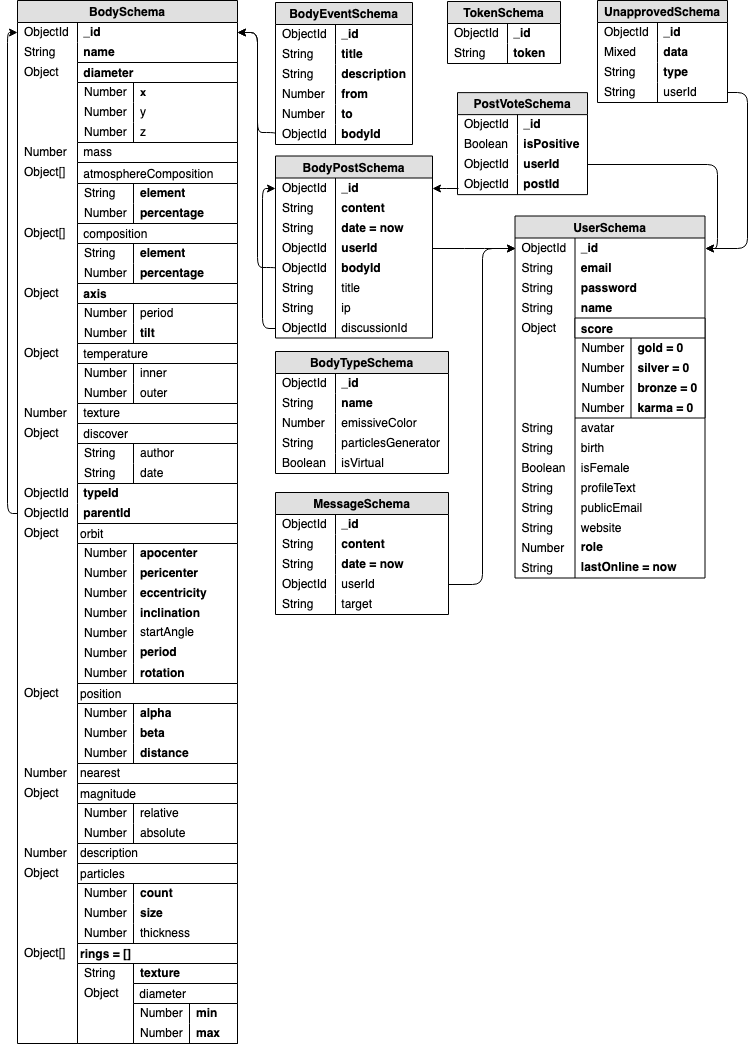
The draw.io diagram docs/Images/DB.png in michalstruna/universis, before a commit. Source tidied: cells renumbered, new cells last; positions are measured from the earlier drawing's top-left corner, leaving out a move shared by most shapes.
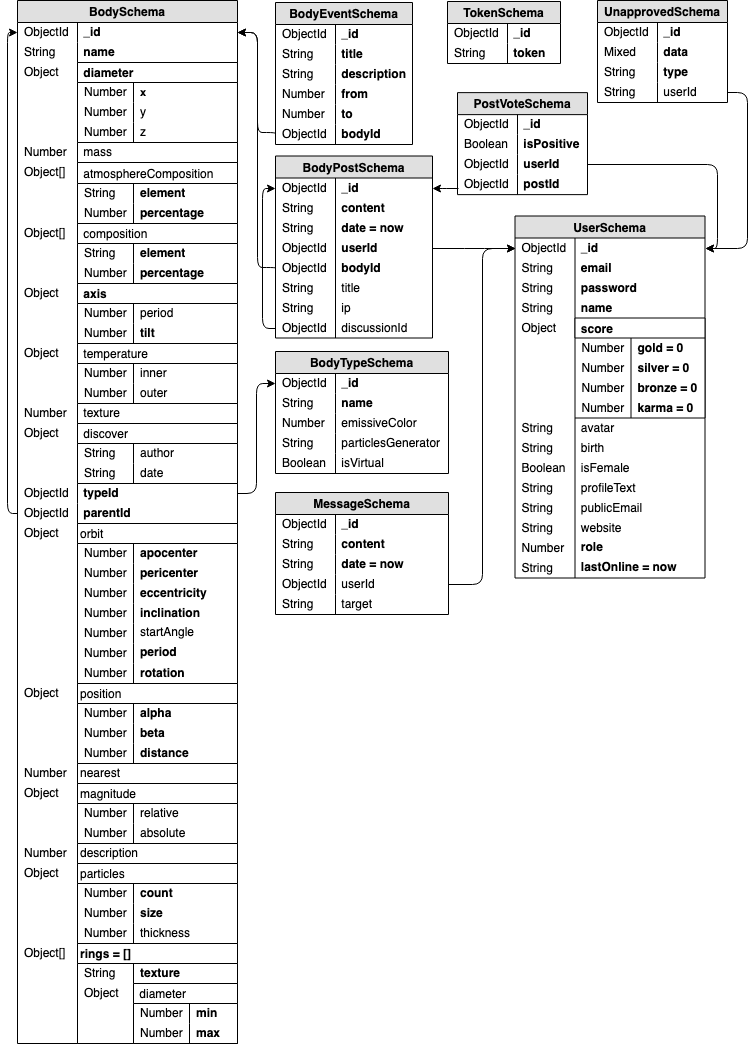
Above is the later version.

Diff of the diagram source:
```diff
@@ -736,5 +736,8 @@
         </Array>
       </mxGeometry>
     </mxCell>
+    <mxCell id="237" style="edgeStyle=elbowEdgeStyle;elbow=horizontal;endArrow=classic;html=1;exitX=1;exitY=0.5;exitDx=0;exitDy=0;entryX=0;entryY=0.5;entryDx=0;entryDy=0;" parent="1" edge="1" source="55" target="119">
+      <mxGeometry relative="1" as="geometry" />
+    </mxCell>
   </root>
 </mxGraphModel>
```
